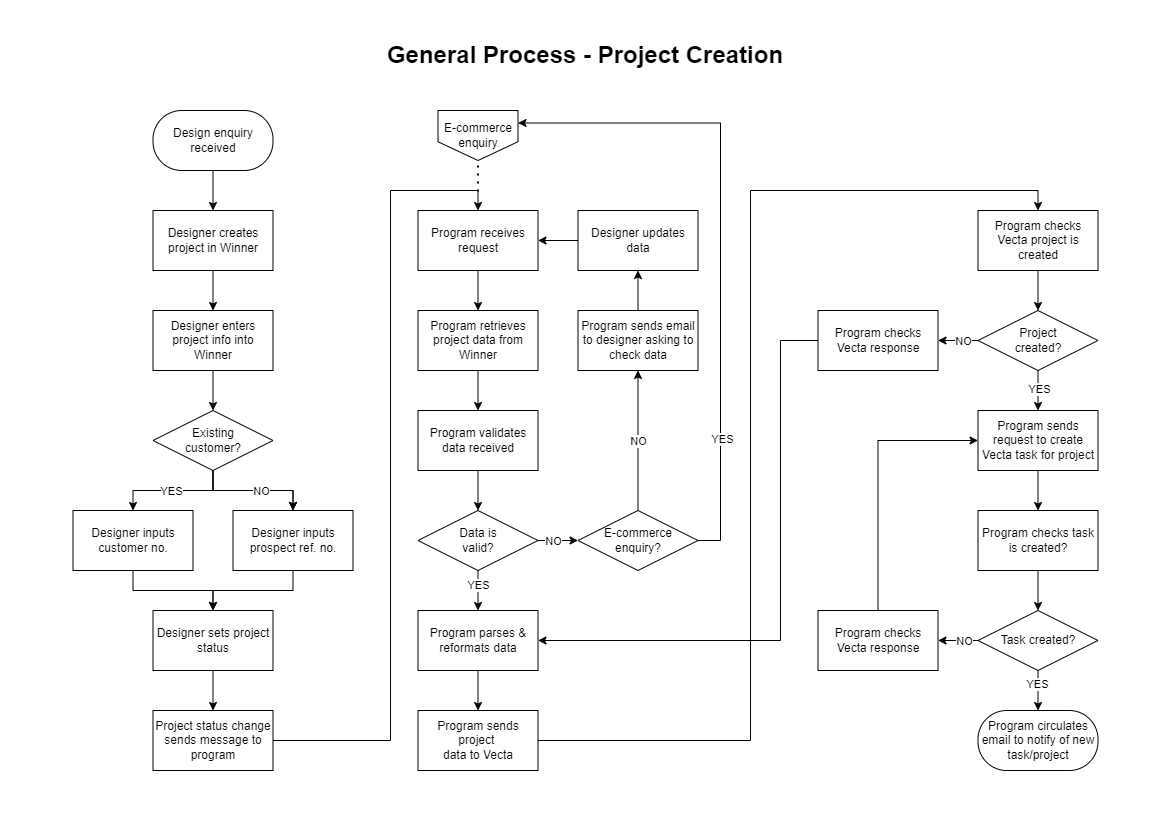
Before: flow-diagrams/project-creation-general-process.png, a diagram exported from draw.io (liammtech/winner-vecta-api-practice). Source tidied: cells renumbered, new cells last; positions are measured from the earlier drawing's top-left corner, leaving out a move shared by most shapes. Its diagram source:
```xml
<mxGraphModel>
  <root>
    <mxCell id="0" />
    <mxCell id="1" parent="0" />
    <mxCell id="2" style="edgeStyle=orthogonalEdgeStyle;rounded=0;jettySize=auto;html=1;" parent="1" edge="1" source="3" target="5">
      <mxGeometry relative="1" as="geometry" />
    </mxCell>
    <mxCell id="3" value="Design enquiry received" style="rounded=1;whiteSpace=wrap;html=1;arcSize=48;" parent="1" vertex="1">
      <mxGeometry x="80.5" y="70" width="120" height="60" as="geometry" />
    </mxCell>
    <mxCell id="4" style="edgeStyle=orthogonalEdgeStyle;rounded=0;jettySize=auto;html=1;" parent="1" edge="1" source="5" target="7">
      <mxGeometry relative="1" as="geometry" />
    </mxCell>
    <mxCell id="5" value="Designer creates project in Winner" style="rounded=0;whiteSpace=wrap;html=1;" parent="1" vertex="1">
      <mxGeometry x="80.5" y="170" width="120" height="60" as="geometry" />
    </mxCell>
    <mxCell id="6" style="edgeStyle=orthogonalEdgeStyle;rounded=0;jettySize=auto;html=1;" parent="1" edge="1" source="7" target="15">
      <mxGeometry relative="1" as="geometry" />
    </mxCell>
    <mxCell id="7" value="Designer enters project info into Winner" style="rounded=0;whiteSpace=wrap;html=1;" parent="1" vertex="1">
      <mxGeometry x="80.5" y="270" width="120" height="60" as="geometry" />
    </mxCell>
    <mxCell id="8" style="edgeStyle=orthogonalEdgeStyle;rounded=0;jettySize=auto;html=1;" parent="1" edge="1" source="9" target="23">
      <mxGeometry relative="1" as="geometry" />
    </mxCell>
    <mxCell id="9" value="Designer sets project status" style="rounded=0;whiteSpace=wrap;html=1;" parent="1" vertex="1">
      <mxGeometry x="80.5" y="570" width="120" height="60" as="geometry" />
    </mxCell>
    <mxCell id="10" style="edgeStyle=orthogonalEdgeStyle;rounded=0;jettySize=auto;html=1;" parent="1" edge="1" source="15" target="19">
      <mxGeometry relative="1" as="geometry" />
    </mxCell>
    <mxCell id="11" style="edgeStyle=orthogonalEdgeStyle;rounded=0;jettySize=auto;html=1;" parent="1" edge="1" source="15" target="19">
      <mxGeometry relative="1" as="geometry" />
    </mxCell>
    <mxCell id="12" value="NO" style="edgeLabel;html=1;align=center;verticalAlign=middle;" parent="11" vertex="1">
      <mxGeometry x="0.14" y="-2" relative="1" as="geometry">
        <mxPoint y="-2" as="offset" />
      </mxGeometry>
    </mxCell>
    <mxCell id="13" style="edgeStyle=orthogonalEdgeStyle;rounded=0;jettySize=auto;html=1;exitX=0.5;exitY=1;exitDx=0;exitDy=0;entryX=0.5;entryY=0;entryDx=0;entryDy=0;" parent="1" edge="1" source="15" target="17">
      <mxGeometry relative="1" as="geometry" />
    </mxCell>
    <mxCell id="14" value="YES" style="edgeLabel;html=1;align=center;verticalAlign=middle;" parent="13" vertex="1">
      <mxGeometry x="0.03" y="-1" relative="1" as="geometry">
        <mxPoint y="1" as="offset" />
      </mxGeometry>
    </mxCell>
    <mxCell id="15" value="Existing&lt;div&gt;customer?&lt;/div&gt;" style="rhombus;whiteSpace=wrap;html=1;" parent="1" vertex="1">
      <mxGeometry x="80.5" y="370" width="120" height="60" as="geometry" />
    </mxCell>
    <mxCell id="16" style="edgeStyle=orthogonalEdgeStyle;rounded=0;jettySize=auto;html=1;" parent="1" edge="1" source="17" target="9">
      <mxGeometry relative="1" as="geometry" />
    </mxCell>
    <mxCell id="17" value="Designer inputs customer no." style="rounded=0;whiteSpace=wrap;html=1;" parent="1" vertex="1">
      <mxGeometry x="0.5" y="470" width="120" height="60" as="geometry" />
    </mxCell>
    <mxCell id="18" style="edgeStyle=orthogonalEdgeStyle;rounded=0;jettySize=auto;html=1;" parent="1" edge="1" source="19" target="9">
      <mxGeometry relative="1" as="geometry" />
    </mxCell>
    <mxCell id="19" value="Designer inputs prospect ref. no." style="rounded=0;whiteSpace=wrap;html=1;" parent="1" vertex="1">
      <mxGeometry x="160.5" y="470" width="120" height="60" as="geometry" />
    </mxCell>
    <mxCell id="20" style="edgeStyle=orthogonalEdgeStyle;rounded=0;jettySize=auto;html=1;" parent="1" edge="1" source="21" target="25">
      <mxGeometry relative="1" as="geometry" />
    </mxCell>
    <mxCell id="21" value="Program receives request" style="rounded=0;whiteSpace=wrap;html=1;" parent="1" vertex="1">
      <mxGeometry x="345.5" y="170" width="120" height="60" as="geometry" />
    </mxCell>
    <mxCell id="22" style="edgeStyle=orthogonalEdgeStyle;rounded=0;jettySize=auto;html=1;entryX=0.5;entryY=0;entryDx=0;entryDy=0;" parent="1" edge="1" source="23" target="21">
      <mxGeometry relative="1" as="geometry">
        <Array as="points">
          <mxPoint x="318" y="700" />
          <mxPoint x="318" y="150" />
          <mxPoint x="406" y="150" />
        </Array>
      </mxGeometry>
    </mxCell>
    <mxCell id="23" value="Project status change sends message to program" style="rounded=0;whiteSpace=wrap;html=1;" parent="1" vertex="1">
      <mxGeometry x="80.5" y="670" width="120" height="60" as="geometry" />
    </mxCell>
    <mxCell id="24" style="edgeStyle=orthogonalEdgeStyle;rounded=0;jettySize=auto;html=1;" parent="1" edge="1" source="25" target="27">
      <mxGeometry relative="1" as="geometry" />
    </mxCell>
    <mxCell id="25" value="Program retrieves project data from Winner" style="rounded=0;whiteSpace=wrap;html=1;" parent="1" vertex="1">
      <mxGeometry x="345.5" y="270" width="120" height="60" as="geometry" />
    </mxCell>
    <mxCell id="26" style="edgeStyle=orthogonalEdgeStyle;rounded=0;jettySize=auto;html=1;" parent="1" edge="1" source="27" target="39">
      <mxGeometry relative="1" as="geometry" />
    </mxCell>
    <mxCell id="27" value="Program validates data received" style="rounded=0;whiteSpace=wrap;html=1;" parent="1" vertex="1">
      <mxGeometry x="345.5" y="370" width="120" height="60" as="geometry" />
    </mxCell>
    <mxCell id="28" style="edgeStyle=orthogonalEdgeStyle;rounded=0;jettySize=auto;html=1;" parent="1" edge="1" source="29" target="31">
      <mxGeometry relative="1" as="geometry" />
    </mxCell>
    <mxCell id="29" value="Program parses &amp;amp; reformats data" style="rounded=0;whiteSpace=wrap;html=1;" parent="1" vertex="1">
      <mxGeometry x="345.5" y="570" width="120" height="60" as="geometry" />
    </mxCell>
    <mxCell id="30" style="edgeStyle=orthogonalEdgeStyle;rounded=0;jettySize=auto;html=1;entryX=0.5;entryY=0;entryDx=0;entryDy=0;" parent="1" edge="1" source="31" target="34">
      <mxGeometry relative="1" as="geometry">
        <Array as="points">
          <mxPoint x="678" y="700" />
          <mxPoint x="678" y="150" />
          <mxPoint x="965" y="150" />
        </Array>
      </mxGeometry>
    </mxCell>
    <mxCell id="31" value="Program sends&lt;div&gt;project&amp;nbsp;&lt;/div&gt;&lt;div&gt;data to Vecta&lt;/div&gt;" style="rounded=0;whiteSpace=wrap;html=1;" parent="1" vertex="1">
      <mxGeometry x="345.5" y="670" width="120" height="60" as="geometry" />
    </mxCell>
    <mxCell id="32" value="Program circulates email to notify of new task/project" style="rounded=1;whiteSpace=wrap;html=1;arcSize=48;" parent="1" vertex="1">
      <mxGeometry x="905.5" y="670" width="120" height="60" as="geometry" />
    </mxCell>
    <mxCell id="33" style="edgeStyle=orthogonalEdgeStyle;rounded=0;jettySize=auto;html=1;" parent="1" edge="1" source="34" target="44">
      <mxGeometry relative="1" as="geometry" />
    </mxCell>
    <mxCell id="34" value="Program checks Vecta project is created" style="rounded=0;whiteSpace=wrap;html=1;" parent="1" vertex="1">
      <mxGeometry x="905.5" y="170" width="120" height="60" as="geometry" />
    </mxCell>
    <mxCell id="35" style="edgeStyle=orthogonalEdgeStyle;rounded=0;jettySize=auto;html=1;" parent="1" edge="1" source="39" target="29">
      <mxGeometry relative="1" as="geometry" />
    </mxCell>
    <mxCell id="36" value="YES" style="edgeLabel;html=1;align=center;verticalAlign=middle;" parent="35" vertex="1">
      <mxGeometry x="-0.31" relative="1" as="geometry" />
    </mxCell>
    <mxCell id="37" style="edgeStyle=orthogonalEdgeStyle;rounded=0;jettySize=auto;html=1;" parent="1" edge="1" source="39" target="69">
      <mxGeometry relative="1" as="geometry" />
    </mxCell>
    <mxCell id="38" value="NO" style="edgeLabel;html=1;align=center;verticalAlign=middle;" parent="37" vertex="1">
      <mxGeometry x="-0.37" y="1" relative="1" as="geometry">
        <mxPoint x="2" y="1" as="offset" />
      </mxGeometry>
    </mxCell>
    <mxCell id="39" value="Data is&lt;div&gt;valid?&lt;/div&gt;" style="rhombus;whiteSpace=wrap;html=1;" parent="1" vertex="1">
      <mxGeometry x="345.5" y="470" width="120" height="60" as="geometry" />
    </mxCell>
    <mxCell id="40" style="edgeStyle=orthogonalEdgeStyle;rounded=0;jettySize=auto;html=1;" parent="1" edge="1" source="44" target="52">
      <mxGeometry relative="1" as="geometry" />
    </mxCell>
    <mxCell id="41" value="YES" style="edgeLabel;html=1;align=center;verticalAlign=middle;" parent="40" vertex="1">
      <mxGeometry x="-0.1" y="1" relative="1" as="geometry" />
    </mxCell>
    <mxCell id="42" style="edgeStyle=orthogonalEdgeStyle;rounded=0;jettySize=auto;html=1;" parent="1" edge="1" source="44" target="50">
      <mxGeometry relative="1" as="geometry" />
    </mxCell>
    <mxCell id="43" value="NO" style="edgeLabel;html=1;align=center;verticalAlign=middle;" parent="42" vertex="1">
      <mxGeometry x="-0.13" y="-2" relative="1" as="geometry">
        <mxPoint x="2" y="2" as="offset" />
      </mxGeometry>
    </mxCell>
    <mxCell id="44" value="Project&lt;div&gt;created?&lt;/div&gt;" style="rhombus;whiteSpace=wrap;html=1;" parent="1" vertex="1">
      <mxGeometry x="905.5" y="270" width="120" height="60" as="geometry" />
    </mxCell>
    <mxCell id="45" style="edgeStyle=orthogonalEdgeStyle;rounded=0;jettySize=auto;html=1;entryX=0.5;entryY=1;entryDx=0;entryDy=0;" parent="1" edge="1" source="46" target="48">
      <mxGeometry relative="1" as="geometry" />
    </mxCell>
    <mxCell id="46" value="Program sends email to designer asking to check data" style="rounded=0;whiteSpace=wrap;html=1;" parent="1" vertex="1">
      <mxGeometry x="505.5" y="270" width="120" height="60" as="geometry" />
    </mxCell>
    <mxCell id="47" style="edgeStyle=orthogonalEdgeStyle;rounded=0;jettySize=auto;html=1;" parent="1" edge="1" source="48" target="21">
      <mxGeometry relative="1" as="geometry" />
    </mxCell>
    <mxCell id="48" value="Designer updates data" style="rounded=0;whiteSpace=wrap;html=1;" parent="1" vertex="1">
      <mxGeometry x="505.5" y="170" width="120" height="60" as="geometry" />
    </mxCell>
    <mxCell id="49" style="edgeStyle=orthogonalEdgeStyle;rounded=0;jettySize=auto;html=1;entryX=1;entryY=0.5;entryDx=0;entryDy=0;" parent="1" edge="1" source="50" target="29">
      <mxGeometry relative="1" as="geometry">
        <Array as="points">
          <mxPoint x="708" y="300" />
          <mxPoint x="708" y="600" />
        </Array>
      </mxGeometry>
    </mxCell>
    <mxCell id="50" value="Program checks Vecta response" style="rounded=0;whiteSpace=wrap;html=1;" parent="1" vertex="1">
      <mxGeometry x="745.5" y="270" width="120" height="60" as="geometry" />
    </mxCell>
    <mxCell id="51" style="edgeStyle=orthogonalEdgeStyle;rounded=0;jettySize=auto;html=1;" parent="1" edge="1" source="52" target="54">
      <mxGeometry relative="1" as="geometry" />
    </mxCell>
    <mxCell id="52" value="Program sends request to create Vecta task for project" style="rounded=0;whiteSpace=wrap;html=1;" parent="1" vertex="1">
      <mxGeometry x="905.5" y="370" width="120" height="60" as="geometry" />
    </mxCell>
    <mxCell id="53" style="edgeStyle=orthogonalEdgeStyle;rounded=0;jettySize=auto;html=1;" parent="1" edge="1" source="54" target="59">
      <mxGeometry relative="1" as="geometry" />
    </mxCell>
    <mxCell id="54" value="Program checks task is created?" style="rounded=0;whiteSpace=wrap;html=1;" parent="1" vertex="1">
      <mxGeometry x="905.5" y="470" width="120" height="60" as="geometry" />
    </mxCell>
    <mxCell id="55" style="edgeStyle=orthogonalEdgeStyle;rounded=0;jettySize=auto;html=1;" parent="1" edge="1" source="59" target="61">
      <mxGeometry relative="1" as="geometry" />
    </mxCell>
    <mxCell id="56" value="NO" style="edgeLabel;html=1;align=center;verticalAlign=middle;" parent="55" vertex="1">
      <mxGeometry x="-0.31" relative="1" as="geometry" />
    </mxCell>
    <mxCell id="57" style="edgeStyle=orthogonalEdgeStyle;rounded=0;jettySize=auto;html=1;" parent="1" edge="1" source="59" target="32">
      <mxGeometry relative="1" as="geometry" />
    </mxCell>
    <mxCell id="58" value="YES" style="edgeLabel;html=1;align=center;verticalAlign=middle;" parent="57" vertex="1">
      <mxGeometry x="-0.36" y="-1" relative="1" as="geometry" />
    </mxCell>
    <mxCell id="59" value="Task created?" style="rhombus;whiteSpace=wrap;html=1;" parent="1" vertex="1">
      <mxGeometry x="905.5" y="570" width="120" height="60" as="geometry" />
    </mxCell>
    <mxCell id="60" style="edgeStyle=orthogonalEdgeStyle;rounded=0;jettySize=auto;html=1;entryX=0;entryY=0.5;entryDx=0;entryDy=0;" parent="1" edge="1" source="61" target="52">
      <mxGeometry relative="1" as="geometry">
        <Array as="points">
          <mxPoint x="805.5" y="400" />
        </Array>
      </mxGeometry>
    </mxCell>
    <mxCell id="61" value="Program checks Vecta response" style="rounded=0;whiteSpace=wrap;html=1;" parent="1" vertex="1">
      <mxGeometry x="745.5" y="570" width="120" height="60" as="geometry" />
    </mxCell>
    <mxCell id="62" value="&lt;span style=&quot;font-size: 24px;&quot;&gt;&lt;b&gt;General Process - Project Creation&lt;/b&gt;&lt;/span&gt;" style="text;html=1;align=center;verticalAlign=middle;whiteSpace=wrap;rounded=0;" parent="1" vertex="1">
      <mxGeometry x="258" width="510" height="30" as="geometry" />
    </mxCell>
    <mxCell id="63" style="endArrow=none;dashed=1;html=1;dashPattern=1 3;strokeWidth=2;rounded=0;" parent="1" edge="1">
      <mxGeometry relative="1" as="geometry">
        <mxPoint x="405.5" y="117" as="sourcePoint" />
        <mxPoint x="405.5" y="157" as="targetPoint" />
      </mxGeometry>
    </mxCell>
    <mxCell id="64" value="E-commerce&lt;div&gt;enquiry&lt;/div&gt;" style="shape=offPageConnector;whiteSpace=wrap;html=1;" parent="1" vertex="1">
      <mxGeometry x="365.5" y="70" width="80" height="50" as="geometry" />
    </mxCell>
    <mxCell id="65" style="edgeStyle=orthogonalEdgeStyle;rounded=0;jettySize=auto;html=1;entryX=0.5;entryY=1;entryDx=0;entryDy=0;" parent="1" edge="1" source="69" target="46">
      <mxGeometry relative="1" as="geometry" />
    </mxCell>
    <mxCell id="66" value="NO" style="edgeLabel;html=1;align=center;verticalAlign=middle;" parent="65" vertex="1">
      <mxGeometry x="-0.04" y="4" relative="1" as="geometry">
        <mxPoint x="4" y="-3" as="offset" />
      </mxGeometry>
    </mxCell>
    <mxCell id="67" style="edgeStyle=orthogonalEdgeStyle;rounded=0;jettySize=auto;html=1;entryX=1;entryY=0.25;entryDx=0;entryDy=0;" parent="1" edge="1" source="69" target="64">
      <mxGeometry relative="1" as="geometry">
        <Array as="points">
          <mxPoint x="648" y="500" />
          <mxPoint x="648" y="83" />
        </Array>
      </mxGeometry>
    </mxCell>
    <mxCell id="68" value="YES" style="edgeLabel;html=1;align=center;verticalAlign=middle;" parent="67" vertex="1">
      <mxGeometry x="-0.64" y="-1" relative="1" as="geometry">
        <mxPoint y="-10" as="offset" />
      </mxGeometry>
    </mxCell>
    <mxCell id="69" value="E-commerce&lt;div&gt;enquiry?&lt;/div&gt;" style="rhombus;whiteSpace=wrap;html=1;" parent="1" vertex="1">
      <mxGeometry x="505.5" y="470" width="120" height="60" as="geometry" />
    </mxCell>
  </root>
</mxGraphModel>
```
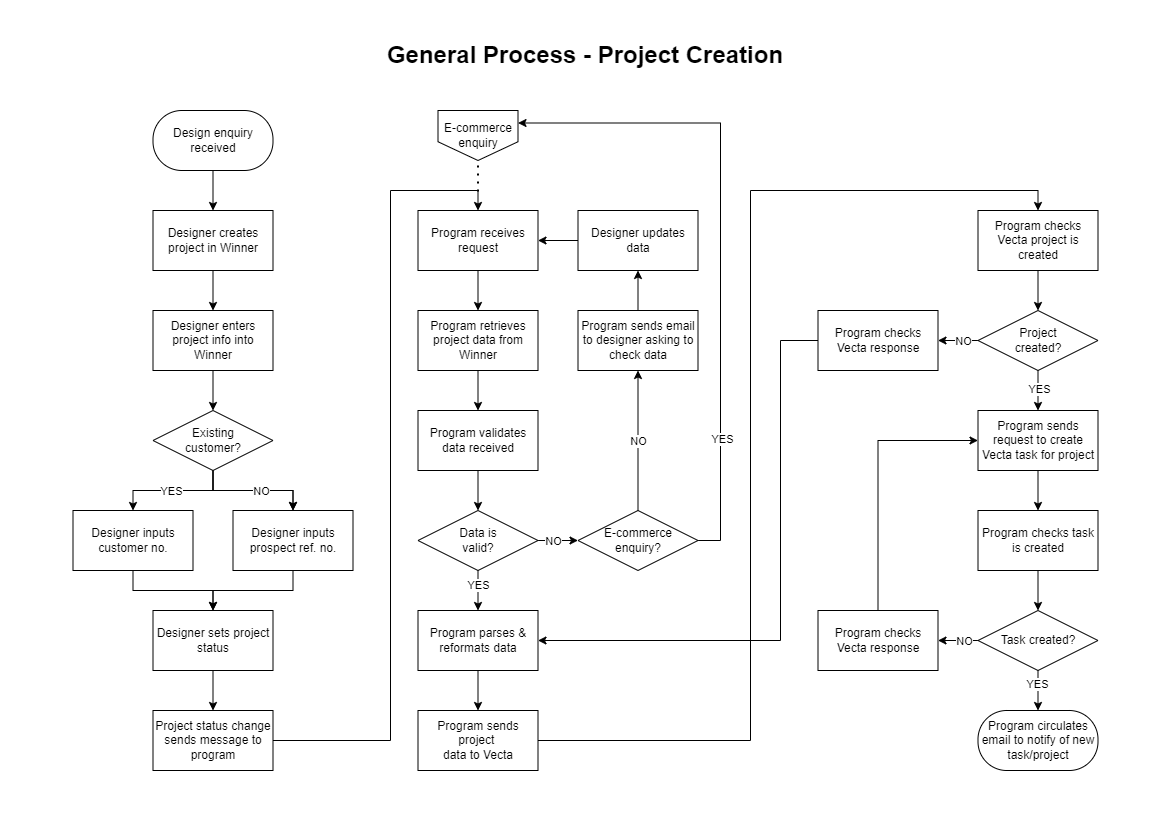
After the commit.

Commit message:
Remove unnecessary question mark from flow diagram

Change to the diagram source:
```diff
@@ -183,7 +183,7 @@
     <mxCell id="53" style="edgeStyle=orthogonalEdgeStyle;rounded=0;jettySize=auto;html=1;" parent="1" edge="1" source="54" target="59">
       <mxGeometry relative="1" as="geometry" />
     </mxCell>
-    <mxCell id="54" value="Program checks task is created?" style="rounded=0;whiteSpace=wrap;html=1;" parent="1" vertex="1">
+    <mxCell id="54" value="Program checks task is created" style="rounded=0;whiteSpace=wrap;html=1;" parent="1" vertex="1">
       <mxGeometry x="905.5" y="470" width="120" height="60" as="geometry" />
     </mxCell>
     <mxCell id="55" style="edgeStyle=orthogonalEdgeStyle;rounded=0;jettySize=auto;html=1;" parent="1" edge="1" source="59" target="61">
```
